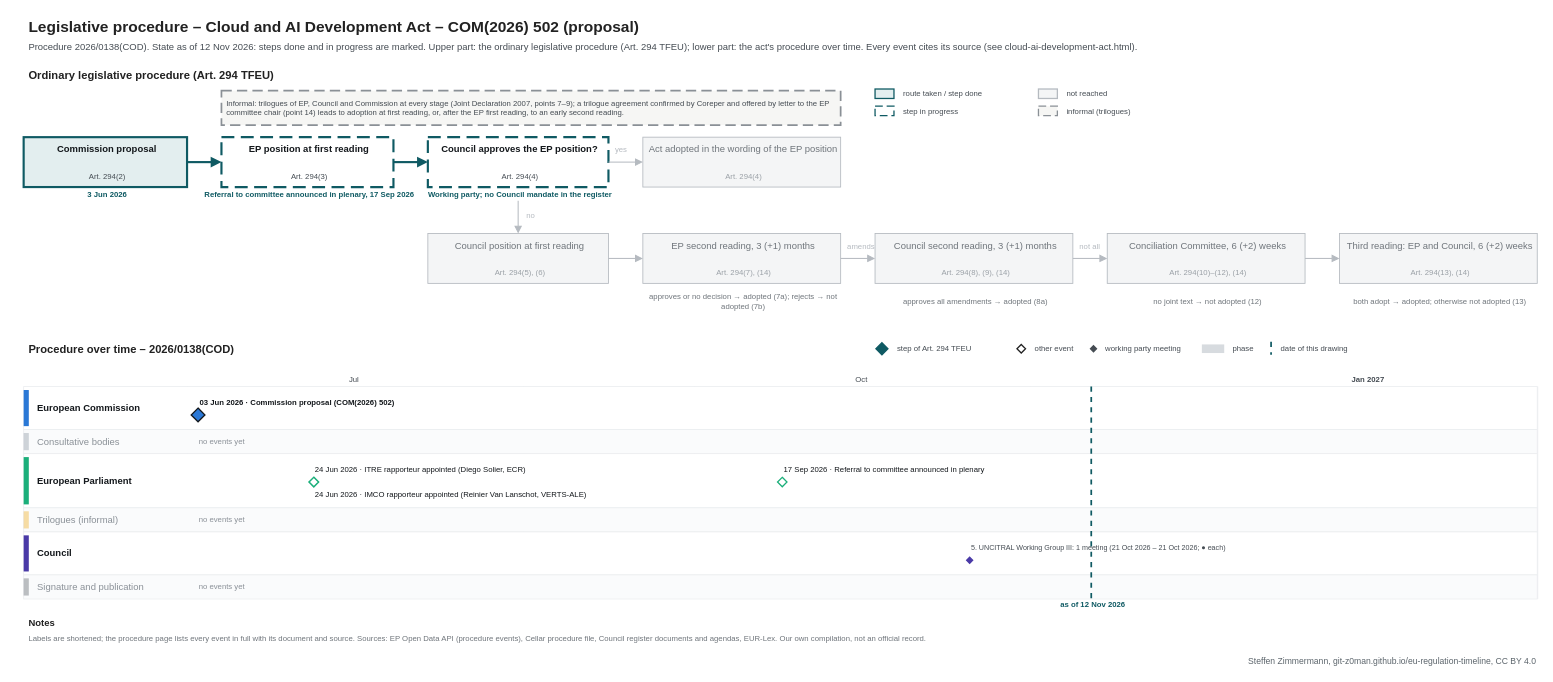
Above: procedures/cloud-ai-development-act.drawio in git-z0man/eu-regulation-timeline (draw.io), before the change. Source tidied: cells renumbered, new cells numbered last; positions are measured from the earlier drawing's top-left corner, leaving out a move shared by most shapes. Both pictures are drawn from the tidied source at 86%, with x=0, y=0 at pixel (15, 15).
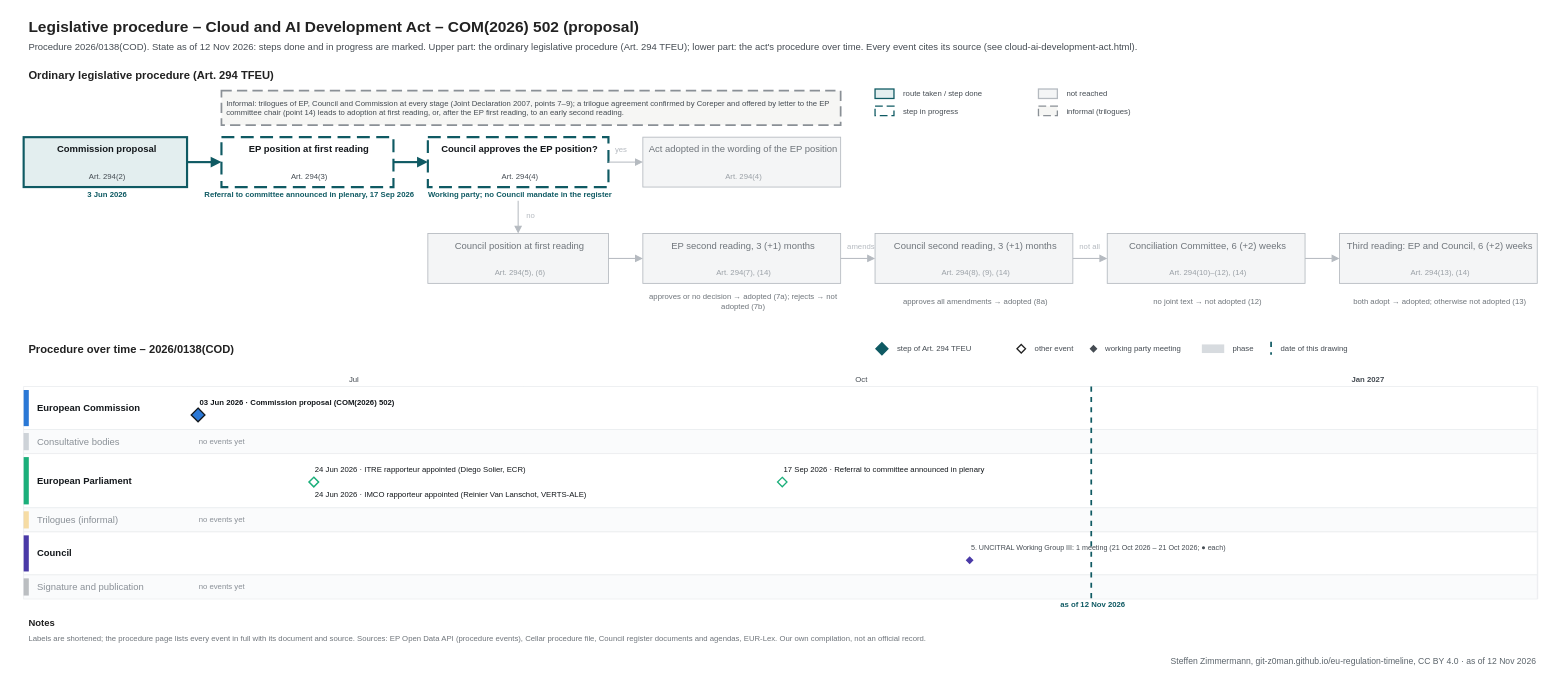
The same page after the edit.

Change to the diagram source:
```diff
@@
-    <mxCell id="119" value="Steffen Zimmermann, git-z0man.github.io/eu-regulation-timeline, CC BY 4.0" style="text;html=1;fontSize=10;fontColor=#5b646b;align=right;verticalAlign=middle;spacingLeft=4;" parent="1" vertex="1">
+    <mxCell id="119" value="Steffen Zimmermann, git-z0man.github.io/eu-regulation-timeline, CC BY 4.0 · as of 12 Nov 2026" style="text;html=1;fontSize=10;fontColor=#5b646b;align=right;verticalAlign=middle;spacingLeft=4;" parent="1" vertex="1">
       <mxGeometry x="10" y="743" width="1760" height="16" as="geometry" />
     </mxCell>
```
